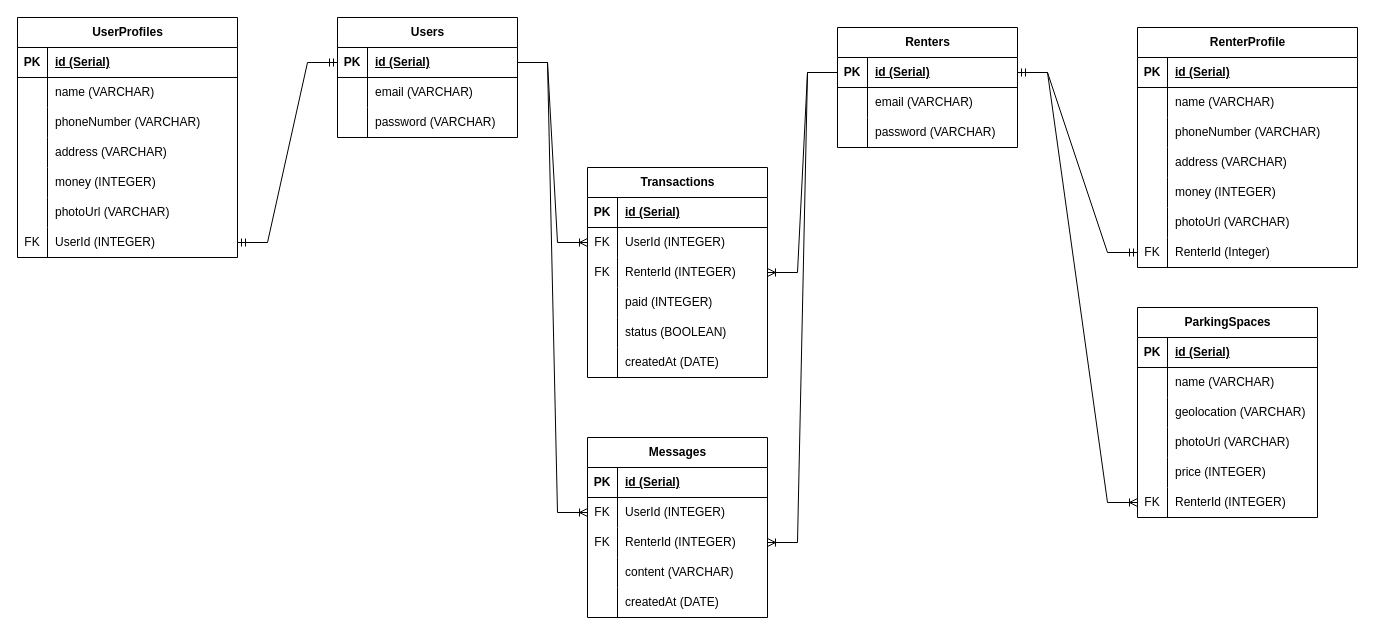
Earlier version of the draw.io diagram erd.drawio (hfzfdlh/parkirin-server). Source tidied: cells renumbered, new cells numbered last; positions are measured from the earlier drawing's top-left corner, leaving out a move shared by most shapes. Both pictures are drawn from the tidied source at 100%, with x=0, y=0 at pixel (17, 17).
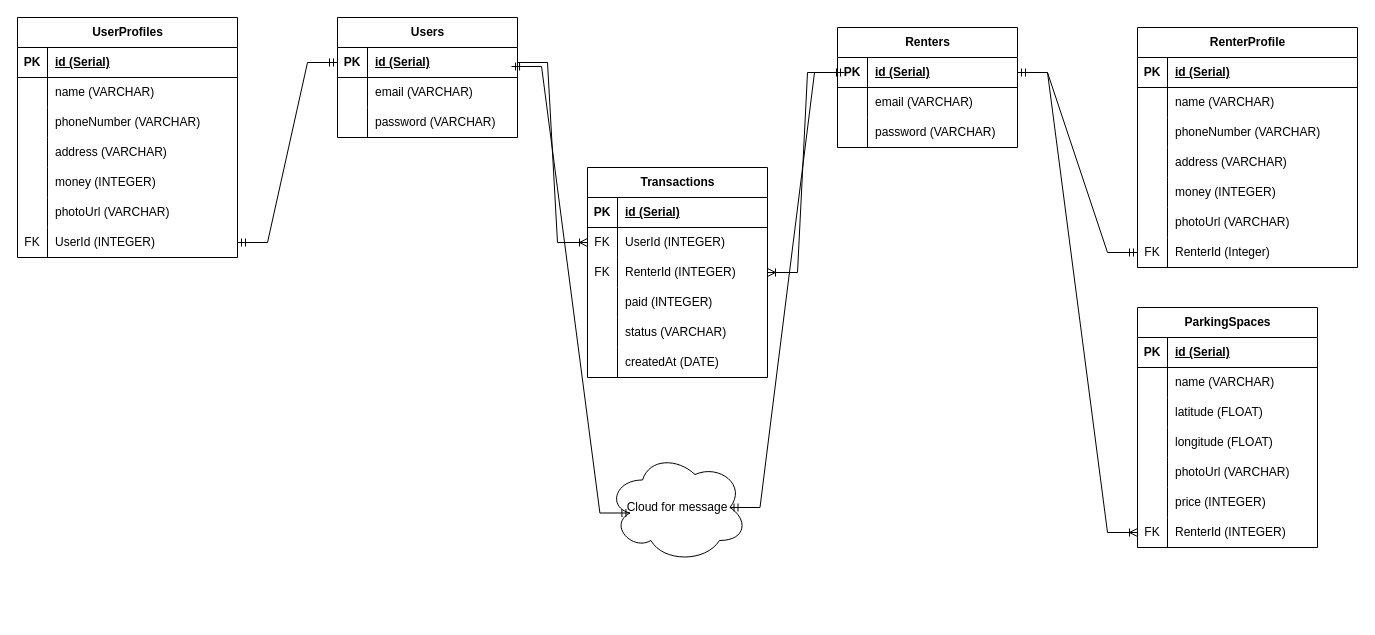
The same diagram, later.

The change refers to these unchanged cells:
```xml
<mxCell id="3" style="shape=tableRow;horizontal=0;startSize=0;swimlaneHead=0;swimlaneBody=0;fillColor=none;points=[[0,0.5],[1,0.5]];portConstraint=eastwest;top=0;left=0;right=0;bottom=1;" parent="2" vertex="1">
  <mxGeometry y="30" width="180" height="30" as="geometry" />
</mxCell>
<mxCell id="13" style="shape=tableRow;horizontal=0;startSize=0;swimlaneHead=0;swimlaneBody=0;fillColor=none;points=[[0,0.5],[1,0.5]];portConstraint=eastwest;top=0;left=0;right=0;bottom=1;" parent="12" vertex="1">
  <mxGeometry y="30" width="180" height="30" as="geometry" />
</mxCell>
<mxCell id="75" style="shape=tableRow;horizontal=0;startSize=0;swimlaneHead=0;swimlaneBody=0;fillColor=none;top=0;left=0;right=0;bottom=0;" parent="68" vertex="1">
  <mxGeometry y="90" width="180" height="30" as="geometry" />
</mxCell>
<mxCell id="101" style="shape=tableRow;horizontal=0;startSize=0;swimlaneHead=0;swimlaneBody=0;fillColor=none;top=0;left=0;right=0;bottom=0;" parent="88" vertex="1">
  <mxGeometry y="150" width="180" height="30" as="geometry" />
</mxCell>
```

What changed in the source:
```diff
@@
     <mxCell id="68" value="ParkingSpaces" style="shape=table;startSize=30;childLayout=tableLayout;rowLines=0;fontStyle=1;align=center;html=1;" parent="1" vertex="1">
-      <mxGeometry x="1120" y="290" width="180" height="210" as="geometry" />
+      <mxGeometry x="1120" y="290" width="180" height="240" as="geometry" />
     </mxCell>
@@
-    <mxCell id="77" value="geolocation (VARCHAR)" style="shape=partialRectangle;fillColor=none;top=0;left=0;bottom=0;right=0;align=left;spacingLeft=6;overflow=hidden;whiteSpace=wrap;html=1;" parent="75" vertex="1">
+    <mxCell id="77" value="latitude (FLOAT)" style="shape=partialRectangle;fillColor=none;top=0;left=0;bottom=0;right=0;align=left;spacingLeft=6;overflow=hidden;whiteSpace=wrap;html=1;" parent="75" vertex="1">
       <mxGeometry x="30" width="150" height="30" as="geometry" />
     </mxCell>
+    <mxCell id="119" style="shape=tableRow;horizontal=0;startSize=0;swimlaneHead=0;swimlaneBody=0;fillColor=none;top=0;left=0;right=0;bottom=0;" parent="68" vertex="1">
+      <mxGeometry y="120" width="180" height="30" as="geometry" />
+    </mxCell>
+    <mxCell id="127" style="shape=partialRectangle;fillColor=none;top=0;left=0;bottom=0;right=0;overflow=hidden;whiteSpace=wrap;html=1;" parent="119" vertex="1">
+      <mxGeometry width="30" height="30" as="geometry" />
+    </mxCell>
+    <mxCell id="128" value="longitude (FLOAT)" style="shape=partialRectangle;fillColor=none;top=0;left=0;bottom=0;right=0;align=left;spacingLeft=6;overflow=hidden;whiteSpace=wrap;html=1;" parent="119" vertex="1">
+      <mxGeometry x="30" width="150" height="30" as="geometry" />
+    </mxCell>
     <mxCell id="78" style="shape=tableRow;horizontal=0;startSize=0;swimlaneHead=0;swimlaneBody=0;fillColor=none;top=0;left=0;right=0;bottom=0;" parent="68" vertex="1">
-      <mxGeometry y="120" width="180" height="30" as="geometry" />
+      <mxGeometry y="150" width="180" height="30" as="geometry" />
     </mxCell>
@@
     <mxCell id="81" style="shape=tableRow;horizontal=0;startSize=0;swimlaneHead=0;swimlaneBody=0;fillColor=none;top=0;left=0;right=0;bottom=0;" parent="68" vertex="1">
-      <mxGeometry y="150" width="180" height="30" as="geometry" />
+      <mxGeometry y="180" width="180" height="30" as="geometry" />
     </mxCell>
@@
     <mxCell id="84" style="shape=tableRow;horizontal=0;startSize=0;swimlaneHead=0;swimlaneBody=0;fillColor=none;points=[[0,0.5],[1,0.5]];portConstraint=eastwest;top=0;left=0;right=0;bottom=0;" parent="68" vertex="1">
-      <mxGeometry y="180" width="180" height="30" as="geometry" />
+      <mxGeometry y="210" width="180" height="30" as="geometry" />
     </mxCell>
@@
-    <mxCell id="103" value="status (BOOLEAN)" style="shape=partialRectangle;fillColor=none;top=0;left=0;bottom=0;right=0;align=left;spacingLeft=6;overflow=hidden;whiteSpace=wrap;html=1;" parent="101" vertex="1">
+    <mxCell id="103" value="status (VARCHAR)" style="shape=partialRectangle;fillColor=none;top=0;left=0;bottom=0;right=0;align=left;spacingLeft=6;overflow=hidden;whiteSpace=wrap;html=1;" parent="101" vertex="1">
       <mxGeometry x="30" width="150" height="30" as="geometry" />
     </mxCell>
@@
-    <mxCell id="109" value="Messages" style="shape=table;startSize=30;childLayout=tableLayout;rowLines=0;fontStyle=1;align=center;html=1;" parent="1" vertex="1">
-      <mxGeometry x="570" y="420" width="180" height="180" as="geometry" />
-    </mxCell>
-    <mxCell id="110" style="shape=tableRow;horizontal=0;startSize=0;swimlaneHead=0;swimlaneBody=0;fillColor=none;top=0;left=0;right=0;bottom=1;" parent="109" vertex="1">
-      <mxGeometry y="30" width="180" height="30" as="geometry" />
-    </mxCell>
-    <mxCell id="111" value="PK" style="shape=partialRectangle;fillColor=none;top=0;left=0;bottom=0;right=0;fontStyle=1;overflow=hidden;whiteSpace=wrap;html=1;" parent="110" vertex="1">
-      <mxGeometry width="30" height="30" as="geometry" />
-    </mxCell>
-    <mxCell id="112" value="id (Serial)" style="shape=partialRectangle;fillColor=none;top=0;left=0;bottom=0;right=0;align=left;spacingLeft=6;fontStyle=5;overflow=hidden;whiteSpace=wrap;html=1;" parent="110" vertex="1">
-      <mxGeometry x="30" width="150" height="30" as="geometry" />
-    </mxCell>
-    <mxCell id="113" style="shape=tableRow;horizontal=0;startSize=0;swimlaneHead=0;swimlaneBody=0;fillColor=none;points=[[0,0.5],[1,0.5]];portConstraint=eastwest;top=0;left=0;right=0;bottom=0;" parent="109" vertex="1">
-      <mxGeometry y="60" width="180" height="30" as="geometry" />
-    </mxCell>
-    <mxCell id="114" value="FK" style="shape=partialRectangle;fillColor=none;top=0;left=0;bottom=0;right=0;overflow=hidden;whiteSpace=wrap;html=1;" parent="113" vertex="1">
-      <mxGeometry width="30" height="30" as="geometry" />
-    </mxCell>
-    <mxCell id="115" value="UserId (INTEGER)" style="shape=partialRectangle;fillColor=none;top=0;left=0;bottom=0;right=0;align=left;spacingLeft=6;overflow=hidden;whiteSpace=wrap;html=1;" parent="113" vertex="1">
-      <mxGeometry x="30" width="150" height="30" as="geometry" />
-    </mxCell>
-    <mxCell id="116" style="shape=tableRow;horizontal=0;startSize=0;swimlaneHead=0;swimlaneBody=0;fillColor=none;points=[[0,0.5],[1,0.5]];portConstraint=eastwest;top=0;left=0;right=0;bottom=0;" parent="109" vertex="1">
-      <mxGeometry y="90" width="180" height="30" as="geometry" />
-    </mxCell>
-    <mxCell id="117" value="FK" style="shape=partialRectangle;fillColor=none;top=0;left=0;bottom=0;right=0;overflow=hidden;whiteSpace=wrap;html=1;" parent="116" vertex="1">
-      <mxGeometry width="30" height="30" as="geometry" />
-    </mxCell>
-    <mxCell id="118" value="RenterId (INTEGER)" style="shape=partialRectangle;fillColor=none;top=0;left=0;bottom=0;right=0;align=left;spacingLeft=6;overflow=hidden;whiteSpace=wrap;html=1;" parent="116" vertex="1">
-      <mxGeometry x="30" width="150" height="30" as="geometry" />
-    </mxCell>
-    <mxCell id="119" style="shape=tableRow;horizontal=0;startSize=0;swimlaneHead=0;swimlaneBody=0;fillColor=none;top=0;left=0;right=0;bottom=0;" parent="109" vertex="1">
-      <mxGeometry y="120" width="180" height="30" as="geometry" />
-    </mxCell>
-    <mxCell id="120" style="shape=partialRectangle;fillColor=none;top=0;left=0;bottom=0;right=0;overflow=hidden;whiteSpace=wrap;html=1;" parent="119" vertex="1">
-      <mxGeometry width="30" height="30" as="geometry" />
-    </mxCell>
-    <mxCell id="121" value="content (VARCHAR)" style="shape=partialRectangle;fillColor=none;top=0;left=0;bottom=0;right=0;align=left;spacingLeft=6;overflow=hidden;whiteSpace=wrap;html=1;" parent="119" vertex="1">
-      <mxGeometry x="30" width="150" height="30" as="geometry" />
-    </mxCell>
-    <mxCell id="122" style="shape=tableRow;horizontal=0;startSize=0;swimlaneHead=0;swimlaneBody=0;fillColor=none;top=0;left=0;right=0;bottom=0;" parent="109" vertex="1">
-      <mxGeometry y="150" width="180" height="30" as="geometry" />
-    </mxCell>
-    <mxCell id="123" style="shape=partialRectangle;fillColor=none;top=0;left=0;bottom=0;right=0;overflow=hidden;whiteSpace=wrap;html=1;" parent="122" vertex="1">
-      <mxGeometry width="30" height="30" as="geometry" />
-    </mxCell>
-    <mxCell id="124" value="createdAt (DATE)" style="shape=partialRectangle;fillColor=none;top=0;left=0;bottom=0;right=0;align=left;spacingLeft=6;overflow=hidden;whiteSpace=wrap;html=1;" parent="122" vertex="1">
-      <mxGeometry x="30" width="150" height="30" as="geometry" />
-    </mxCell>
-    <mxCell id="125" style="edgeStyle=entityRelationEdgeStyle;fontSize=12;html=1;endArrow=ERoneToMany;rounded=0;" parent="1" edge="1" source="3" target="113">
-      <mxGeometry relative="1" as="geometry" />
-    </mxCell>
-    <mxCell id="126" style="edgeStyle=entityRelationEdgeStyle;fontSize=12;html=1;endArrow=ERoneToMany;rounded=0;" parent="1" edge="1" source="13" target="116">
-      <mxGeometry relative="1" as="geometry" />
-    </mxCell>
+    <mxCell id="129" value="Cloud for message" style="ellipse;shape=cloud;whiteSpace=wrap;html=1;align=center;" parent="1" vertex="1">
+      <mxGeometry x="590" y="435" width="140" height="110" as="geometry" />
+    </mxCell>
+    <mxCell id="130" style="edgeStyle=entityRelationEdgeStyle;fontSize=12;html=1;endArrow=ERmandOne;startArrow=ERmandOne;rounded=0;exitX=0.967;exitY=0.633;exitDx=0;exitDy=0;exitPerimeter=0;entryX=0.16;entryY=0.55;entryDx=0;entryDy=0;entryPerimeter=0;" parent="1" edge="1" source="3" target="129">
+      <mxGeometry relative="1" as="geometry" />
+    </mxCell>
+    <mxCell id="131" style="edgeStyle=entityRelationEdgeStyle;fontSize=12;html=1;endArrow=ERmandOne;startArrow=ERmandOne;rounded=0;exitX=0.875;exitY=0.5;exitDx=0;exitDy=0;exitPerimeter=0;entryX=0.039;entryY=0.5;entryDx=0;entryDy=0;entryPerimeter=0;" parent="1" edge="1" source="129" target="13">
+      <mxGeometry relative="1" as="geometry" />
+    </mxCell>
```
